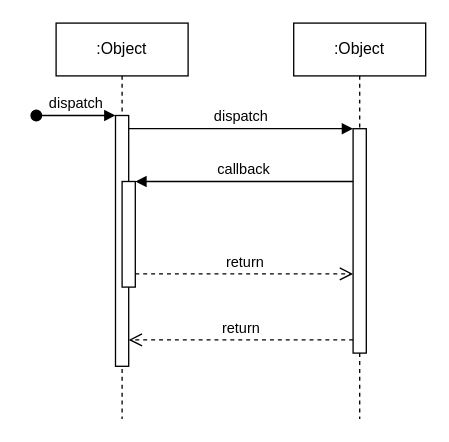
Before: Componentes.drawio in TecladoZurdo/UML, a draw.io diagram. Source tidied: cells renumbered, new cells numbered last; positions are measured from the earlier drawing's top-left corner, leaving out a move shared by most shapes. Both pictures are drawn from the tidied source at 132%, with x=0, y=0 at pixel (36, 22).
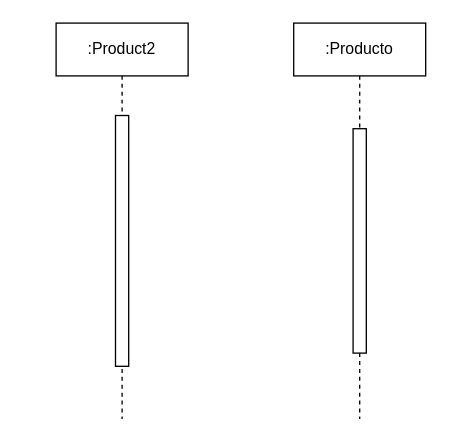
The same diagram, later.

The edit, as a diff of the source:
```diff
@@
 <mxGraphModel>
   <root>
     <mxCell id="0" />
     <mxCell id="1" parent="0" />
-    <mxCell id="2" value=":Object" style="shape=umlLifeline;perimeter=lifelinePerimeter;whiteSpace=wrap;html=1;newEdgeStyle={&quot;edgeStyle&quot;:&quot;elbowEdgeStyle&quot;,&quot;elbow&quot;:&quot;vertical&quot;,&quot;curved&quot;:0,&quot;rounded&quot;:0};" parent="1" vertex="1">
+    <mxCell id="2" value=":Product2" style="shape=umlLifeline;perimeter=lifelinePerimeter;whiteSpace=wrap;html=1;newEdgeStyle={&quot;edgeStyle&quot;:&quot;elbowEdgeStyle&quot;,&quot;elbow&quot;:&quot;vertical&quot;,&quot;curved&quot;:0,&quot;rounded&quot;:0};" parent="1" vertex="1">
       <mxGeometry x="15" width="100" height="300" as="geometry" />
     </mxCell>
     <mxCell id="3" style="html=1;points=[];perimeter=orthogonalPerimeter;outlineConnect=0;targetShapes=umlLifeline;portConstraint=eastwest;newEdgeStyle={&quot;edgeStyle&quot;:&quot;elbowEdgeStyle&quot;,&quot;elbow&quot;:&quot;vertical&quot;,&quot;curved&quot;:0,&quot;rounded&quot;:0};" parent="2" vertex="1">
       <mxGeometry x="45" y="70" width="10" height="190" as="geometry" />
     </mxCell>
-    <mxCell id="4" value="dispatch" style="html=1;verticalAlign=bottom;startArrow=oval;endArrow=block;startSize=8;edgeStyle=elbowEdgeStyle;elbow=vertical;curved=0;rounded=0;" parent="2" edge="1" target="3">
-      <mxGeometry relative="1" as="geometry">
-        <mxPoint x="-15" y="70" as="sourcePoint" />
-      </mxGeometry>
-    </mxCell>
-    <mxCell id="5" style="html=1;points=[];perimeter=orthogonalPerimeter;outlineConnect=0;targetShapes=umlLifeline;portConstraint=eastwest;newEdgeStyle={&quot;edgeStyle&quot;:&quot;elbowEdgeStyle&quot;,&quot;elbow&quot;:&quot;vertical&quot;,&quot;curved&quot;:0,&quot;rounded&quot;:0};" parent="2" vertex="1">
-      <mxGeometry x="50" y="120" width="10" height="80" as="geometry" />
-    </mxCell>
-    <mxCell id="6" value=":Object" style="shape=umlLifeline;perimeter=lifelinePerimeter;whiteSpace=wrap;html=1;newEdgeStyle={&quot;edgeStyle&quot;:&quot;elbowEdgeStyle&quot;,&quot;elbow&quot;:&quot;vertical&quot;,&quot;curved&quot;:0,&quot;rounded&quot;:0};" parent="1" vertex="1">
+    <mxCell id="6" value=":Producto" style="shape=umlLifeline;perimeter=lifelinePerimeter;whiteSpace=wrap;html=1;newEdgeStyle={&quot;edgeStyle&quot;:&quot;elbowEdgeStyle&quot;,&quot;elbow&quot;:&quot;vertical&quot;,&quot;curved&quot;:0,&quot;rounded&quot;:0};" parent="1" vertex="1">
       <mxGeometry x="195" width="100" height="300" as="geometry" />
     </mxCell>
     <mxCell id="7" style="html=1;points=[];perimeter=orthogonalPerimeter;outlineConnect=0;targetShapes=umlLifeline;portConstraint=eastwest;newEdgeStyle={&quot;edgeStyle&quot;:&quot;elbowEdgeStyle&quot;,&quot;elbow&quot;:&quot;vertical&quot;,&quot;curved&quot;:0,&quot;rounded&quot;:0};" parent="6" vertex="1">
       <mxGeometry x="45" y="80" width="10" height="170" as="geometry" />
     </mxCell>
-    <mxCell id="8" value="dispatch" style="html=1;verticalAlign=bottom;endArrow=block;edgeStyle=elbowEdgeStyle;elbow=vertical;curved=0;rounded=0;" parent="1" edge="1" source="3" target="7">
-      <mxGeometry relative="1" as="geometry">
-        <Array as="points">
-          <mxPoint x="155" y="80" />
-        </Array>
-      </mxGeometry>
-    </mxCell>
-    <mxCell id="9" value="return" style="html=1;verticalAlign=bottom;endArrow=open;dashed=1;endSize=8;edgeStyle=elbowEdgeStyle;elbow=vertical;curved=0;rounded=0;" parent="1" edge="1" source="7" target="3">
-      <mxGeometry relative="1" as="geometry">
-        <Array as="points">
-          <mxPoint x="165" y="240" />
-        </Array>
-      </mxGeometry>
-    </mxCell>
-    <mxCell id="10" value="callback" style="html=1;verticalAlign=bottom;endArrow=block;edgeStyle=elbowEdgeStyle;elbow=vertical;curved=0;rounded=0;" parent="1" edge="1" source="7" target="5">
-      <mxGeometry relative="1" as="geometry">
-        <Array as="points">
-          <mxPoint x="165" y="120" />
-        </Array>
-      </mxGeometry>
-    </mxCell>
-    <mxCell id="11" value="return" style="html=1;verticalAlign=bottom;endArrow=open;dashed=1;endSize=8;edgeStyle=elbowEdgeStyle;elbow=vertical;curved=0;rounded=0;" parent="1" edge="1" source="5" target="7">
-      <mxGeometry relative="1" as="geometry">
-        <Array as="points">
-          <mxPoint x="155" y="190" />
-        </Array>
-      </mxGeometry>
-    </mxCell>
   </root>
 </mxGraphModel>
```
